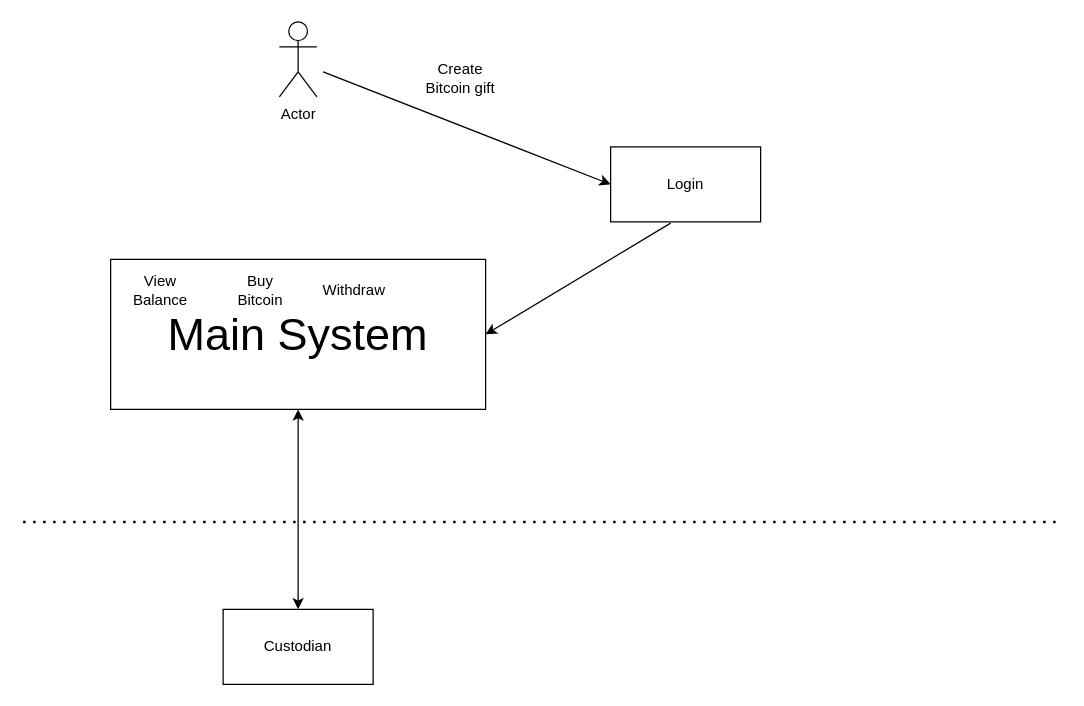
Earlier version of the draw.io diagram SavetoshiSystemDiagram.drawio (mattwatts36/drawings). Source tidied: cells renumbered, new cells numbered last; positions are measured from the earlier drawing's top-left corner, leaving out a move shared by most shapes. Both pictures are drawn from the tidied source at 125%, with x=0, y=0 at pixel (22, 21).
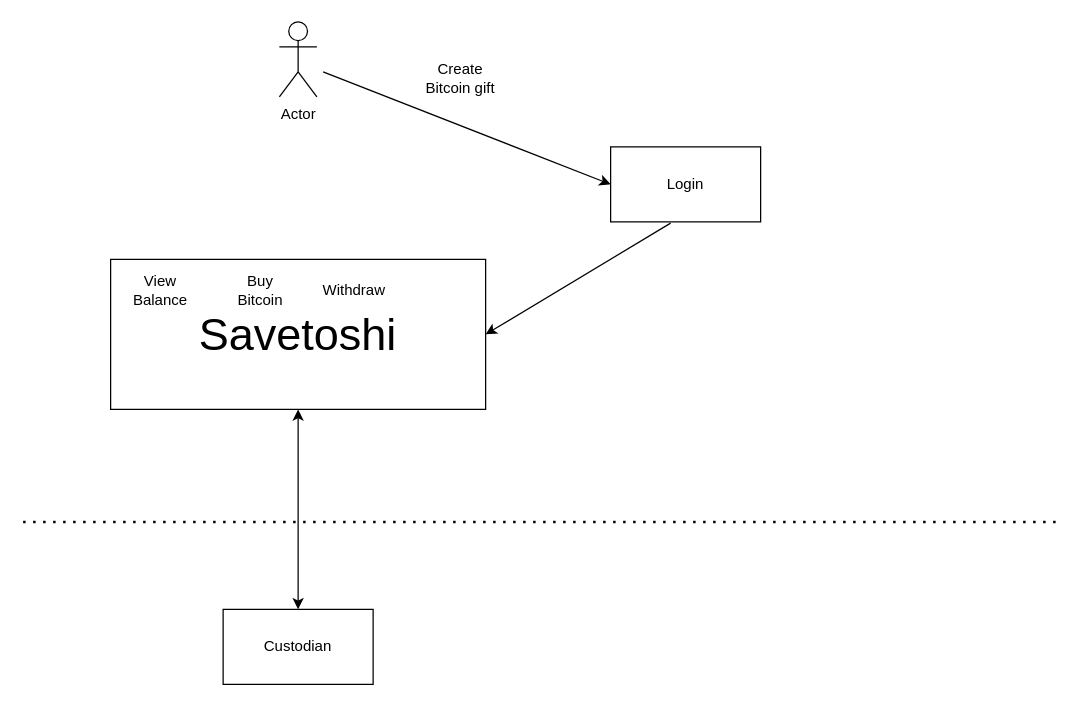
The same diagram, later.

Commit message:
change system name

What changed in the source:
```diff
@@
 <mxGraphModel>
   <root>
     <mxCell id="0" />
     <mxCell id="1" parent="0" />
     <mxCell id="2" value="Actor" style="shape=umlActor;verticalLabelPosition=bottom;verticalAlign=top;html=1;" parent="1" vertex="1">
       <mxGeometry x="205" width="30" height="60" as="geometry" />
     </mxCell>
-    <mxCell id="3" value="&lt;font style=&quot;font-size: 36px;&quot;&gt;Main System&lt;/font&gt;" style="rounded=0;whiteSpace=wrap;html=1;" parent="1" vertex="1">
+    <mxCell id="3" value="&lt;font style=&quot;font-size: 36px;&quot;&gt;Savetoshi&lt;/font&gt;" style="rounded=0;whiteSpace=wrap;html=1;" parent="1" vertex="1">
       <mxGeometry x="70" y="190" width="300" height="120" as="geometry" />
     </mxCell>
     <mxCell id="4" value="Login" style="rounded=0;whiteSpace=wrap;html=1;" parent="1" vertex="1">
       <mxGeometry x="470" y="100" width="120" height="60" as="geometry" />
     </mxCell>
     <mxCell id="5" style="endArrow=classic;html=1;rounded=0;entryX=0;entryY=0.5;entryDx=0;entryDy=0;" parent="1" edge="1" target="4">
       <mxGeometry relative="1" as="geometry">
         <mxPoint x="240" y="40" as="sourcePoint" />
       </mxGeometry>
     </mxCell>
     <mxCell id="6" style="endArrow=classic;html=1;rounded=0;exitX=0.4;exitY=1.017;exitDx=0;exitDy=0;exitPerimeter=0;entryX=1;entryY=0.5;entryDx=0;entryDy=0;" parent="1" edge="1" source="4" target="3">
       <mxGeometry relative="1" as="geometry" />
     </mxCell>
     <mxCell id="7" value="Create Bitcoin gift" style="text;html=1;strokeColor=none;fillColor=none;align=center;verticalAlign=middle;whiteSpace=wrap;rounded=0;" parent="1" vertex="1">
       <mxGeometry x="320" y="30" width="60" height="30" as="geometry" />
     </mxCell>
     <mxCell id="8" value="Custodian" style="rounded=0;whiteSpace=wrap;html=1;" parent="1" vertex="1">
       <mxGeometry x="160" y="470" width="120" height="60" as="geometry" />
     </mxCell>
     <mxCell id="9" style="endArrow=none;dashed=1;html=1;dashPattern=1 3;strokeWidth=2;rounded=0;" parent="1" edge="1">
       <mxGeometry relative="1" as="geometry">
         <mxPoint y="400" as="sourcePoint" />
         <mxPoint x="830" y="400" as="targetPoint" />
       </mxGeometry>
     </mxCell>
     <mxCell id="10" value="View Balance" style="text;html=1;strokeColor=none;fillColor=none;align=center;verticalAlign=middle;whiteSpace=wrap;rounded=0;" parent="1" vertex="1">
       <mxGeometry x="80" y="200" width="60" height="30" as="geometry" />
     </mxCell>
     <mxCell id="11" value="Buy Bitcoin" style="text;html=1;strokeColor=none;fillColor=none;align=center;verticalAlign=middle;whiteSpace=wrap;rounded=0;" parent="1" vertex="1">
       <mxGeometry x="160" y="200" width="60" height="30" as="geometry" />
     </mxCell>
     <mxCell id="12" value="Withdraw" style="text;html=1;strokeColor=none;fillColor=none;align=center;verticalAlign=middle;whiteSpace=wrap;rounded=0;" parent="1" vertex="1">
       <mxGeometry x="235" y="200" width="60" height="30" as="geometry" />
     </mxCell>
     <mxCell id="13" style="endArrow=classic;startArrow=classic;html=1;rounded=0;exitX=0.5;exitY=0;exitDx=0;exitDy=0;entryX=0.5;entryY=1;entryDx=0;entryDy=0;" parent="1" edge="1" source="8" target="3">
       <mxGeometry relative="1" as="geometry" />
     </mxCell>
   </root>
 </mxGraphModel>
```
